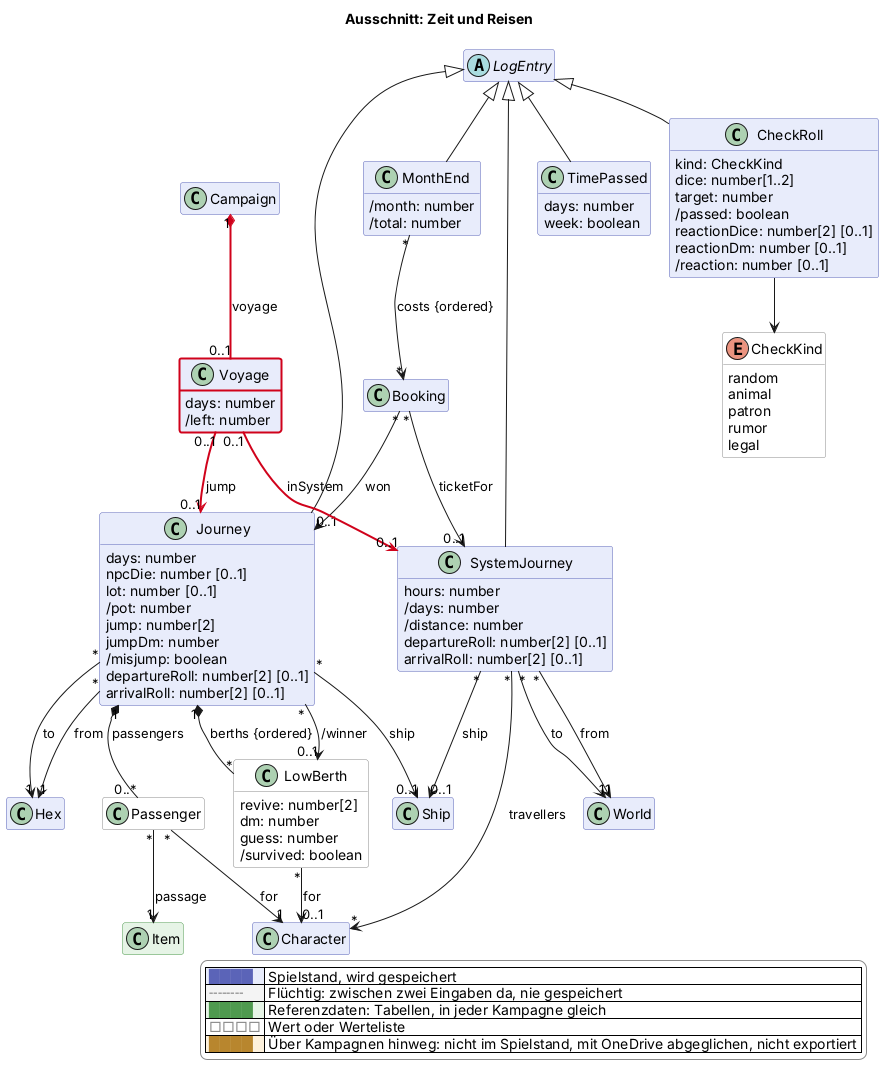
The PlantUML diagram docs/views/reise.png in scuzzar/SRE, before a commit. Its diagram source:
```plantuml
@startuml
!if %not(%variable_exists("$change"))
!$change = "*"
!endif
!function $marked($c)
!return $change == "*" || $change == $c
!endfunction
!function $new($c, $t)
!if $marked($c)
!return "<color:#d0021b><b>" + $t + "</b></color>"
!endif
!return $t
!endfunction
!procedure $gone($c, $t)
!if $marked($c)
<color:#d0021b><s>$t</s></color>
!endif
!endprocedure
!function $newClass($c)
!if $marked($c)
!return "#line:d0021b;line.bold"
!endif
!return ""
!endfunction
!function $newArrow($c)
!if $marked($c)
!return "[#d0021b,bold]"
!endif
!return ""
!endfunction
!function $goneArrow($c)
!if $marked($c)
!return "[#d0021b,dashed]"
!endif
!return ""
!endfunction
!pragma layout smetana
title Ausschnitt: Zeit und Reisen
hide empty members
hide methods
skinparam classAttributeIconSize 0
skinparam shadowing false
skinparam packageStyle rectangle
skinparam class {
  BackgroundColor #e8ecfb
  BorderColor #5b64b8
  BackgroundColor<<transient>> #f4f4f4
  BorderColor<<transient>> #8a8a8a
  BackgroundColor<<reference>> #e6f4e6
  BorderColor<<reference>> #4f9a4f
  BackgroundColor<<value>> #ffffff
  BorderColor<<value>> #8a8a8a
  BackgroundColor<<browser>> #fdf1dc
  BorderColor<<browser>> #b8862e
}
skinparam legendBackgroundColor #ffffff
skinparam legendBorderColor #8a8a8a
<style>
classDiagram {
  class {
    .transient {
      LineStyle 5-3
    }
  }
}
</style>
hide <<transient>> stereotype
hide <<reference>> stereotype
hide <<value>> stereotype
hide <<browser>> stereotype

  class Campaign $kampagne
  class Booking $shop
  class Character $charakter

  class Ship $schiffe



  class Hex $sektor
  class World $sektor


  abstract class LogEntry $probe

  class TimePassed $reise {
    days: number
    week: boolean
  }
  class MonthEnd $reise {
    /month: number
    /total: number
  }
  class CheckRoll $reise {
    kind: CheckKind
    dice: number[1..2]
    target: number
    /passed: boolean
    reactionDice: number[2] [0..1]
    reactionDm: number [0..1]
    /reaction: number [0..1]
  }
  enum CheckKind <<value>> $reise {
    random
    animal
    patron
    rumor
    legal
  }
  class Journey $reise {
    days: number
    npcDie: number [0..1]
    lot: number [0..1]
    /pot: number
    jump: number[2]
    jumpDm: number
    /misjump: boolean
    departureRoll: number[2] [0..1]
    arrivalRoll: number[2] [0..1]
  }
  class Passenger <<value>> $reise {
  }
  class Voyage $reise $newClass("2026-11-22c") {
    days: number
    /left: number
  }
  class SystemJourney $reise {
    hours: number
    /days: number
    /distance: number
    departureRoll: number[2] [0..1]
    arrivalRoll: number[2] [0..1]
  }
  class LowBerth <<value>> $reise {
    revive: number[2]
    dm: number
    guess: number
    /survived: boolean
  }


  class Item <<reference>> $shop




LogEntry <|-- TimePassed
LogEntry <|-- CheckRoll
CheckRoll --> CheckKind
LogEntry <|-- Journey
Journey "*" --> "1" Hex : from
Journey "*" --> "1" Hex : to
Journey "1" *-- "0..*" Passenger : passengers
Passenger "*" --> "1" Character : for
Passenger "*" --> "1" Item : passage
Journey "1" *-- "*" LowBerth : berths {ordered}
LowBerth "*" --> "0..1" Character : for
Journey "*" --> "0..1" LowBerth : /winner
Journey "*" --> "0..1" Ship : ship
LogEntry <|-- MonthEnd
MonthEnd "*" --> "*" Booking : costs {ordered}
Booking "*" --> "0..1" Journey : won
LogEntry <|-- SystemJourney
SystemJourney "*" --> "1" World : from
SystemJourney "*" --> "1" World : to
SystemJourney "*" --> "*" Character : travellers
SystemJourney "*" --> "0..1" Ship : ship
Campaign "1" *-$newArrow("2026-11-22c")- "0..1" Voyage : voyage
Voyage "0..1" -$newArrow("2026-11-22c")-> "0..1" Journey : jump
Voyage "0..1" -$newArrow("2026-11-22c")-> "0..1" SystemJourney : inSystem
Booking "*" --> "0..1" SystemJourney : ticketFor












legend right
  |<#e8ecfb> <color:#5b64b8>████</color> | Spielstand, wird gespeichert |
  |<#f4f4f4> <color:#8a8a8a>╌╌╌╌</color> | Flüchtig: zwischen zwei Eingaben da, nie gespeichert |
  |<#e6f4e6> <color:#4f9a4f>████</color> | Referenzdaten: Tabellen, in jeder Kampagne gleich |
  |<#ffffff> <color:#8a8a8a>□□□□</color> | Wert oder Werteliste |
  |<#fdf1dc> <color:#b8862e>████</color> | Über Kampagnen hinweg: nicht im Spielstand, mit OneDrive abgeglichen, nicht exportiert |
endlegend
@enduml
```
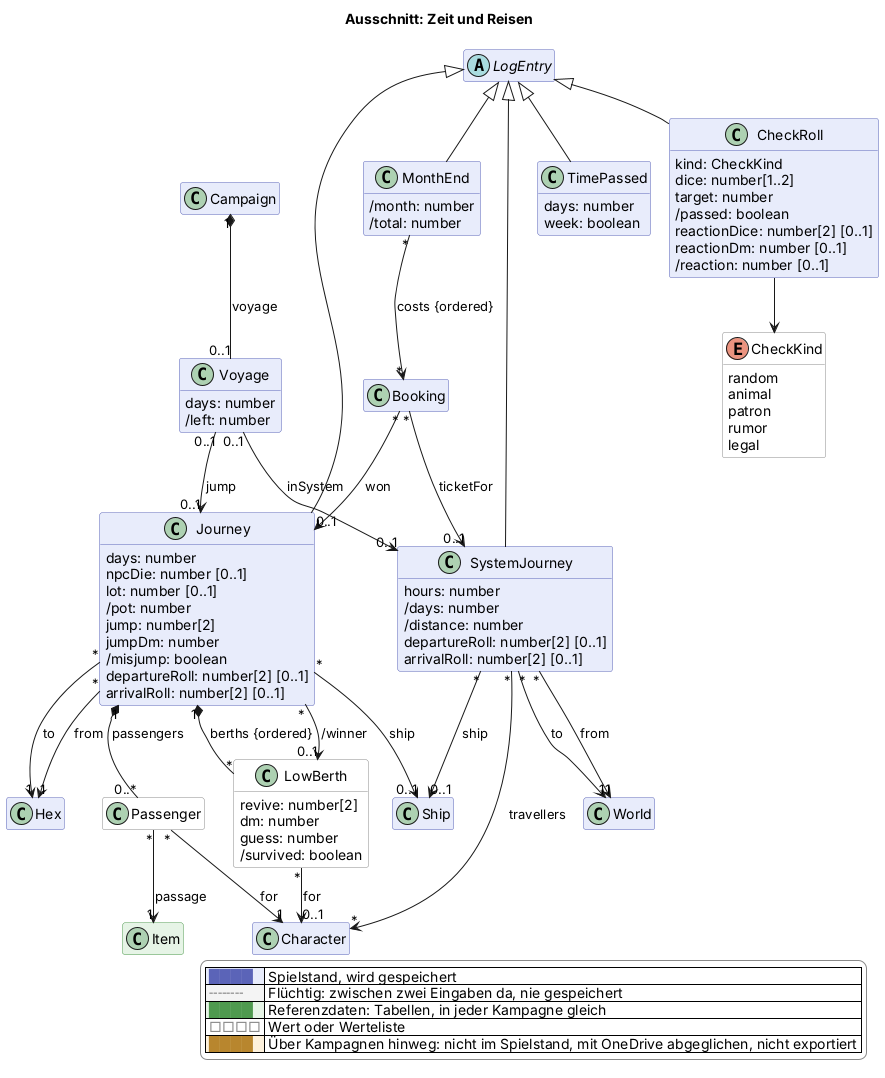
The same diagram one commit later.

Commit message:
Freigabe: Reise Tag für Tag (2026-11-22c); ein Tag in der Reihe des Logs

What changed in the source:
```diff
@@ -120,7 +120,7 @@
   }
   class Passenger <<value>> $reise {
   }
-  class Voyage $reise $newClass("2026-11-22c") {
+  class Voyage $reise {
     days: number
     /left: number
   }
@@ -165,9 +165,9 @@
 SystemJourney "*" --> "1" World : to
 SystemJourney "*" --> "*" Character : travellers
 SystemJourney "*" --> "0..1" Ship : ship
-Campaign "1" *-$newArrow("2026-11-22c")- "0..1" Voyage : voyage
-Voyage "0..1" -$newArrow("2026-11-22c")-> "0..1" Journey : jump
-Voyage "0..1" -$newArrow("2026-11-22c")-> "0..1" SystemJourney : inSystem
+Campaign "1" *-- "0..1" Voyage : voyage
+Voyage "0..1" --> "0..1" Journey : jump
+Voyage "0..1" --> "0..1" SystemJourney : inSystem
 Booking "*" --> "0..1" SystemJourney : ticketFor
 
 
```
